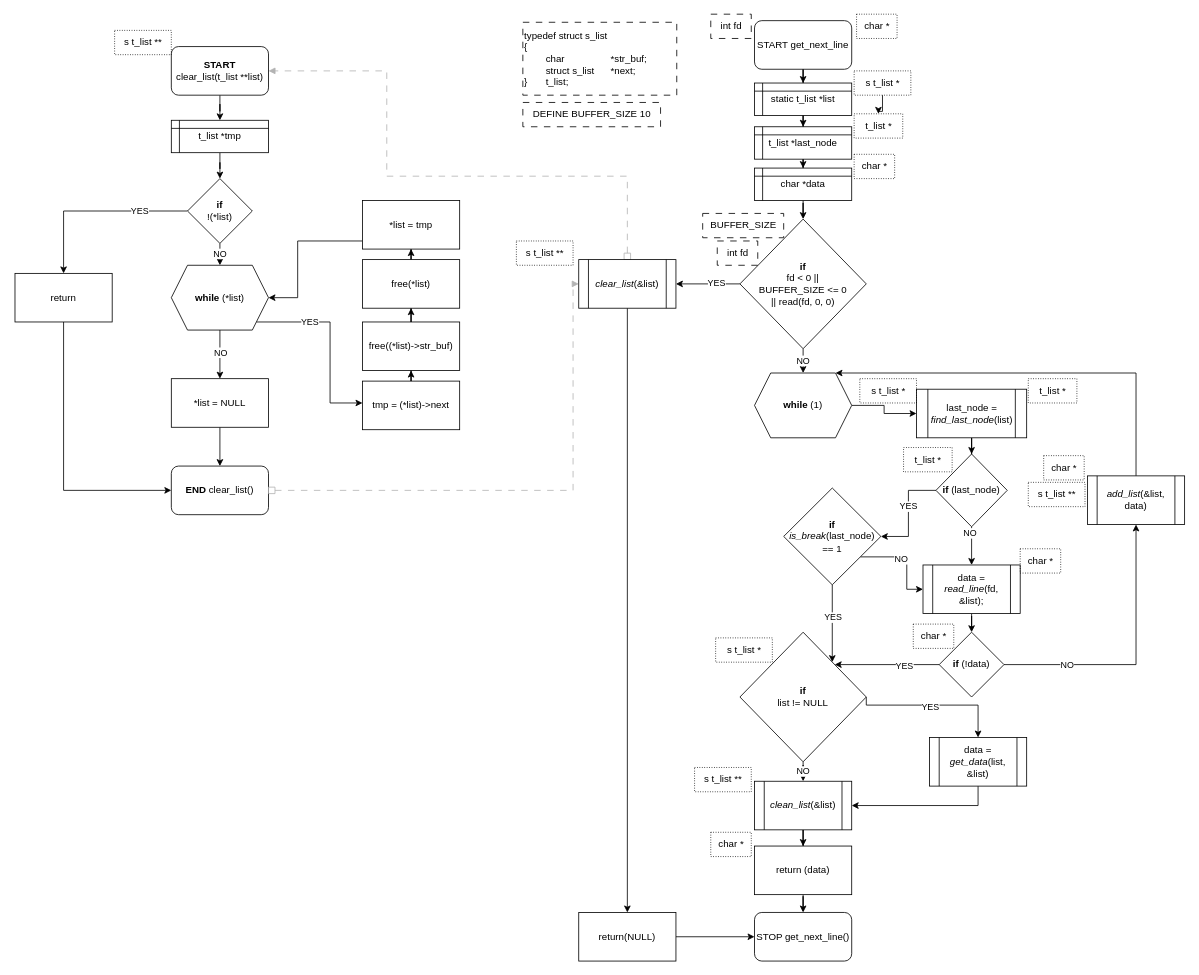
Above: get_next_line.drawio in YannickRd/6x7 (draw.io), before the change. Source tidied: cells renumbered, new cells numbered last; positions are measured from the earlier drawing's top-left corner, leaving out a move shared by most shapes. Both pictures are drawn from the tidied source at 81%, with x=0, y=0 at pixel (15, 14).
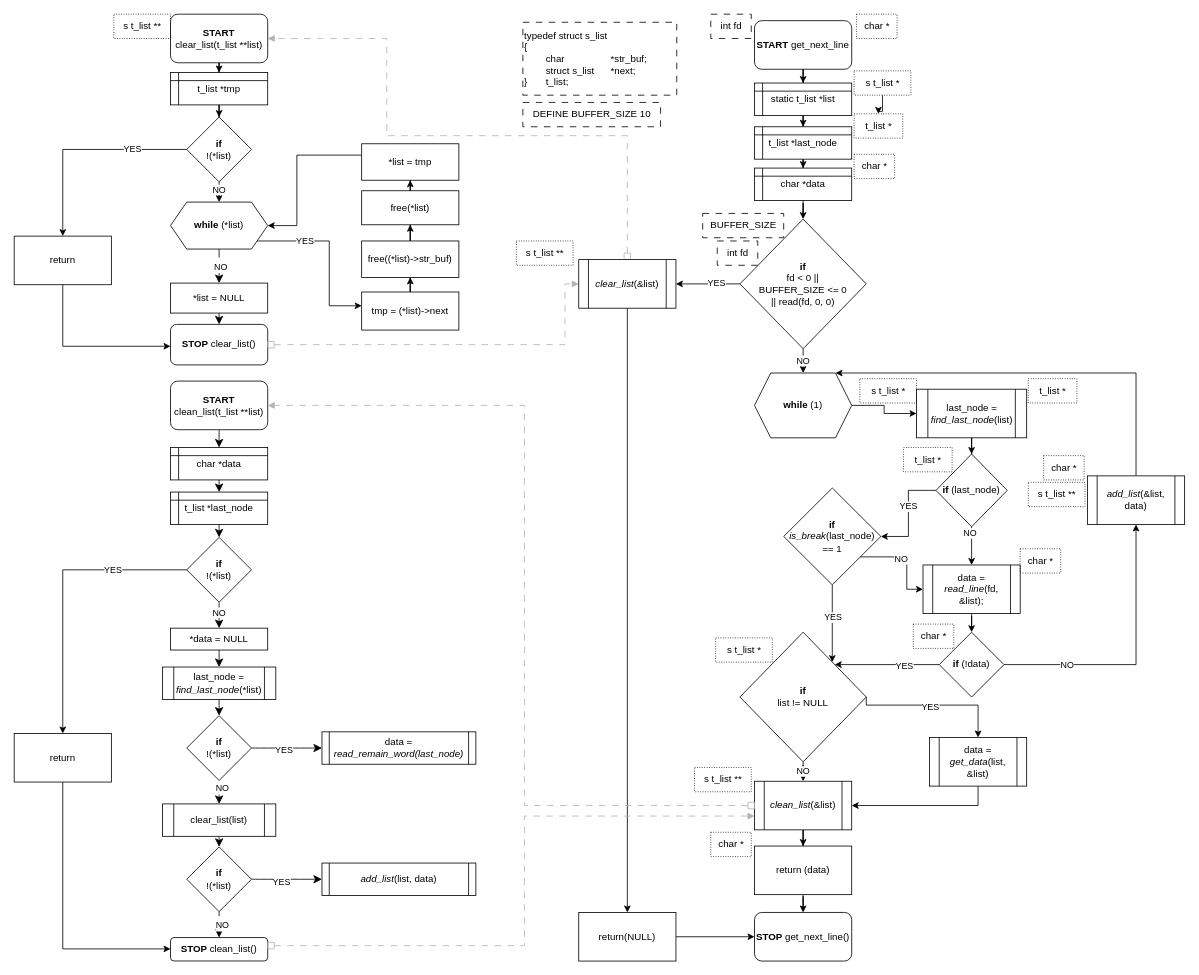
The same page after the edit.

The change refers to these unchanged cells:
```xml
<mxCell id="18" value="&lt;i&gt;clear_list&lt;/i&gt;(&amp;amp;list)" style="shape=process;whiteSpace=wrap;html=1;backgroundOutline=1;" parent="1" vertex="1">
  <mxGeometry x="696" y="303" width="120" height="60" as="geometry" />
</mxCell>
<mxCell id="29" value="&lt;i&gt;clean_list&lt;/i&gt;(&amp;amp;list)" style="shape=process;whiteSpace=wrap;html=1;backgroundOutline=1;" parent="1" vertex="1">
  <mxGeometry x="913" y="947" width="120" height="60" as="geometry" />
</mxCell>
```

Diff of the diagram source:
```diff
@@
-    <mxCell id="3" value="START get_next_line" style="rounded=1;whiteSpace=wrap;html=1;" parent="1" vertex="1">
+    <mxCell id="3" value="&lt;b&gt;START&lt;/b&gt; get_next_line" style="rounded=1;whiteSpace=wrap;html=1;" parent="1" vertex="1">
       <mxGeometry x="913" y="8" width="120" height="60" as="geometry" />
     </mxCell>
@@
     <mxCell id="17" style="edgeStyle=orthogonalEdgeStyle;rounded=0;jettySize=auto;html=1;dashed=1;dashPattern=8 8;strokeColor=#B3B3B3;endArrow=block;endFill=1;startArrow=box;startFill=0;" parent="1" edge="1" source="18" target="75">
       <mxGeometry relative="1" as="geometry">
         <Array as="points">
-          <mxPoint x="756" y="200" />
-          <mxPoint x="459" y="200" />
-          <mxPoint x="459" y="70" />
+          <mxPoint x="756" y="150" />
+          <mxPoint x="459" y="150" />
+          <mxPoint x="459" y="30" />
         </Array>
       </mxGeometry>
     </mxCell>
@@
-    <mxCell id="21" value="STOP get_next_line()" style="rounded=1;whiteSpace=wrap;html=1;" parent="1" vertex="1">
+    <mxCell id="21" value="&lt;b&gt;STOP&lt;/b&gt; get_next_line()" style="rounded=1;whiteSpace=wrap;html=1;" parent="1" vertex="1">
       <mxGeometry x="913" y="1109" width="120" height="60" as="geometry" />
     </mxCell>
@@
     <mxCell id="75" value="&lt;b&gt;START&lt;/b&gt; clear_list(t_list **list)" style="rounded=1;whiteSpace=wrap;html=1;" parent="1" vertex="1">
-      <mxGeometry x="193" y="40" width="120" height="60" as="geometry" />
+      <mxGeometry x="192" width="120" height="60" as="geometry" />
     </mxCell>
     <mxCell id="76" value="s t_list **" style="text;html=1;align=center;verticalAlign=middle;strokeColor=default;fillColor=none;dashed=1;dashPattern=1 2;" parent="1" vertex="1">
-      <mxGeometry x="123" y="20" width="70" height="30" as="geometry" />
+      <mxGeometry x="122" width="70" height="30" as="geometry" />
     </mxCell>
@@
     <mxCell id="78" value="t_list *tmp" style="shape=internalStorage;whiteSpace=wrap;html=1;backgroundOutline=1;dx=10;dy=10;" parent="1" vertex="1">
-      <mxGeometry x="193" y="131" width="120" height="40" as="geometry" />
+      <mxGeometry x="192" y="72" width="120" height="40" as="geometry" />
     </mxCell>
@@
     <mxCell id="83" value="&lt;b&gt;if&lt;/b&gt;&lt;br&gt;!(*list)" style="rhombus;whiteSpace=wrap;html=1;" parent="1" vertex="1">
-      <mxGeometry x="213" y="203" width="80" height="80" as="geometry" />
+      <mxGeometry x="212" y="127" width="80" height="80" as="geometry" />
     </mxCell>
-    <mxCell id="84" value="&lt;b&gt;END&lt;/b&gt;&amp;nbsp;clear_list()" style="rounded=1;whiteSpace=wrap;html=1;" parent="1" vertex="1">
-      <mxGeometry x="193" y="557.9" width="120" height="60" as="geometry" />
+    <mxCell id="84" value="&lt;b&gt;STOP&lt;/b&gt;&amp;nbsp;clear_list()" style="rounded=1;whiteSpace=wrap;html=1;" parent="1" vertex="1">
+      <mxGeometry x="192" y="383" width="120" height="50" as="geometry" />
     </mxCell>
-    <mxCell id="85" style="edgeStyle=orthogonalEdgeStyle;rounded=0;jettySize=auto;html=1;entryX=0;entryY=0.5;entryDx=0;entryDy=0;" parent="1" edge="1" target="84">
+    <mxCell id="85" style="edgeStyle=orthogonalEdgeStyle;rounded=0;jettySize=auto;html=1;" parent="1" edge="1" target="84">
       <mxGeometry relative="1" as="geometry">
-        <mxPoint x="60" y="380" as="sourcePoint" />
+        <mxPoint x="59" y="306" as="sourcePoint" />
         <Array as="points">
-          <mxPoint x="60" y="588" />
+          <mxPoint x="59" y="410" />
         </Array>
       </mxGeometry>
     </mxCell>
     <mxCell id="86" value="return" style="rounded=0;whiteSpace=wrap;html=1;" parent="1" vertex="1">
-      <mxGeometry y="320" width="120" height="60" as="geometry" />
+      <mxGeometry x="-1" y="274" width="120" height="60" as="geometry" />
     </mxCell>
-    <mxCell id="87" style="edgeStyle=orthogonalEdgeStyle;rounded=0;jettySize=auto;html=1;dashed=1;dashPattern=8 8;strokeColor=#B3B3B3;endArrow=block;endFill=1;startArrow=box;startFill=0;" parent="1" edge="1" source="84" target="18">
+    <mxCell id="87" style="edgeStyle=orthogonalEdgeStyle;rounded=0;jettySize=auto;html=1;dashed=1;dashPattern=8 8;strokeColor=#B3B3B3;endArrow=block;endFill=1;startArrow=box;startFill=0;entryX=0;entryY=0.5;entryDx=0;entryDy=0;" parent="1" edge="1" source="84" target="18">
       <mxGeometry relative="1" as="geometry">
         <Array as="points">
-          <mxPoint x="689" y="588" />
-          <mxPoint x="689" y="333" />
+          <mxPoint x="679" y="408" />
+          <mxPoint x="679" y="333" />
         </Array>
       </mxGeometry>
     </mxCell>
-    <mxCell id="88" style="edgeStyle=orthogonalEdgeStyle;rounded=0;jettySize=auto;html=1;" parent="1" edge="1" source="92" target="94">
-      <mxGeometry relative="1" as="geometry" />
-    </mxCell>
-    <mxCell id="89" value="NO" style="edgeLabel;html=1;align=center;verticalAlign=middle;" parent="88" vertex="1">
-      <mxGeometry x="-0.12" relative="1" as="geometry">
-        <mxPoint y="1" as="offset" />
-      </mxGeometry>
-    </mxCell>
     <mxCell id="90" style="edgeStyle=orthogonalEdgeStyle;rounded=0;jettySize=auto;html=1;" parent="1" edge="1" source="92" target="96">
       <mxGeometry relative="1" as="geometry">
         <Array as="points">
-          <mxPoint x="389" y="380" />
-          <mxPoint x="389" y="480" />
+          <mxPoint x="388" y="280" />
+          <mxPoint x="388" y="360" />
         </Array>
       </mxGeometry>
     </mxCell>
@@
+    <mxCell id="88" style="edgeStyle=none;curved=1;rounded=0;jettySize=auto;html=1;fontSize=12;startSize=8;endSize=8;" parent="1" edge="1" source="92" target="94">
+      <mxGeometry relative="1" as="geometry" />
+    </mxCell>
+    <mxCell id="103" value="&lt;font style=&quot;font-size: 11px;&quot;&gt;NO&lt;/font&gt;" style="edgeLabel;html=1;align=center;verticalAlign=middle;fontSize=16;" parent="88" vertex="1">
+      <mxGeometry x="-0.1" y="1" relative="1" as="geometry" />
+    </mxCell>
     <mxCell id="92" value="&lt;b&gt;while&lt;/b&gt;&amp;nbsp;(*list)" style="shape=hexagon;perimeter=hexagonPerimeter2;whiteSpace=wrap;html=1;fixedSize=1;" parent="1" vertex="1">
-      <mxGeometry x="193" y="310" width="120" height="80" as="geometry" />
+      <mxGeometry x="192" y="232" width="120" height="58" as="geometry" />
     </mxCell>
-    <mxCell id="93" style="edgeStyle=orthogonalEdgeStyle;rounded=0;jettySize=auto;html=1;" parent="1" edge="1" source="94" target="84">
+    <mxCell id="93" style="edgeStyle=none;curved=1;rounded=0;jettySize=auto;html=1;fontSize=12;startSize=8;endSize=8;" parent="1" edge="1" source="94" target="84">
       <mxGeometry relative="1" as="geometry" />
     </mxCell>
     <mxCell id="94" value="*list = NULL" style="rounded=0;whiteSpace=wrap;html=1;" parent="1" vertex="1">
-      <mxGeometry x="193" y="450" width="120" height="60" as="geometry" />
+      <mxGeometry x="192" y="332" width="120" height="37" as="geometry" />
     </mxCell>
@@
     <mxCell id="96" value="tmp = (*list)-&amp;gt;next" style="whiteSpace=wrap;html=1;" parent="1" vertex="1">
-      <mxGeometry x="429" y="453" width="120" height="60" as="geometry" />
+      <mxGeometry x="428" y="343" width="120" height="47" as="geometry" />
     </mxCell>
@@
     <mxCell id="98" value="free((*list)-&amp;gt;str_buf)" style="whiteSpace=wrap;html=1;" parent="1" vertex="1">
-      <mxGeometry x="429" y="380" width="120" height="60" as="geometry" />
+      <mxGeometry x="428" y="280" width="120" height="45" as="geometry" />
     </mxCell>
@@
     <mxCell id="100" value="free(*list)" style="whiteSpace=wrap;html=1;" parent="1" vertex="1">
-      <mxGeometry x="429" y="303" width="120" height="60" as="geometry" />
+      <mxGeometry x="428" y="218" width="120" height="42" as="geometry" />
     </mxCell>
     <mxCell id="101" style="edgeStyle=orthogonalEdgeStyle;rounded=0;jettySize=auto;html=1;" parent="1" edge="1" source="102" target="92">
       <mxGeometry relative="1" as="geometry">
         <Array as="points">
-          <mxPoint x="349" y="280" />
+          <mxPoint x="348" y="174" />
+          <mxPoint x="348" y="261" />
         </Array>
       </mxGeometry>
     </mxCell>
     <mxCell id="102" value="*list = tmp" style="whiteSpace=wrap;html=1;" parent="1" vertex="1">
-      <mxGeometry x="429" y="230" width="120" height="60" as="geometry" />
+      <mxGeometry x="428" y="160" width="120" height="45" as="geometry" />
     </mxCell>
+    <mxCell id="104" style="edgeStyle=none;curved=1;rounded=0;jettySize=auto;html=1;fontSize=12;startSize=8;endSize=8;" parent="1" edge="1" source="105" target="109">
+      <mxGeometry relative="1" as="geometry" />
+    </mxCell>
+    <mxCell id="105" value="&lt;b&gt;START&lt;/b&gt; clean_list(t_list **list)" style="rounded=1;whiteSpace=wrap;html=1;" parent="1" vertex="1">
+      <mxGeometry x="192" y="453" width="120" height="60" as="geometry" />
+    </mxCell>
+    <mxCell id="106" style="edgeStyle=none;curved=1;rounded=0;jettySize=auto;html=1;fontSize=12;startSize=8;endSize=8;" parent="1" edge="1" source="107" target="114">
+      <mxGeometry relative="1" as="geometry" />
+    </mxCell>
+    <mxCell id="107" value="t_list *last_node" style="shape=internalStorage;whiteSpace=wrap;html=1;backgroundOutline=1;dx=10;dy=10;" parent="1" vertex="1">
+      <mxGeometry x="192" y="590" width="120" height="40" as="geometry" />
+    </mxCell>
+    <mxCell id="108" style="edgeStyle=none;curved=1;rounded=0;jettySize=auto;html=1;fontSize=12;startSize=8;endSize=8;" parent="1" edge="1" source="109" target="107">
+      <mxGeometry relative="1" as="geometry" />
+    </mxCell>
+    <mxCell id="109" value="char *data" style="shape=internalStorage;whiteSpace=wrap;html=1;backgroundOutline=1;dx=10;dy=10;" parent="1" vertex="1">
+      <mxGeometry x="192" y="535" width="120" height="40" as="geometry" />
+    </mxCell>
+    <mxCell id="110" style="edgeStyle=orthogonalEdgeStyle;rounded=0;jettySize=auto;html=1;" parent="1" edge="1" source="114" target="117">
+      <mxGeometry relative="1" as="geometry" />
+    </mxCell>
+    <mxCell id="111" value="YES" style="edgeLabel;html=1;align=center;verticalAlign=middle;" parent="110" vertex="1">
+      <mxGeometry x="-0.48" y="-1" relative="1" as="geometry" />
+    </mxCell>
+    <mxCell id="112" style="edgeStyle=none;curved=1;rounded=0;jettySize=auto;html=1;fontSize=12;startSize=8;endSize=8;" parent="1" edge="1" source="114" target="119">
+      <mxGeometry relative="1" as="geometry" />
+    </mxCell>
+    <mxCell id="113" value="NO" style="edgeLabel;html=1;align=center;verticalAlign=middle;fontSize=11;" parent="112" vertex="1">
+      <mxGeometry x="-0.24" y="-1" relative="1" as="geometry" />
+    </mxCell>
+    <mxCell id="114" value="&lt;b&gt;if&lt;/b&gt;&lt;br&gt;!(*list)" style="rhombus;whiteSpace=wrap;html=1;" parent="1" vertex="1">
+      <mxGeometry x="212" y="646" width="80" height="80" as="geometry" />
+    </mxCell>
+    <mxCell id="115" value="&lt;b&gt;STOP&lt;/b&gt;&amp;nbsp;clean_list()" style="rounded=1;whiteSpace=wrap;html=1;" parent="1" vertex="1">
+      <mxGeometry x="192" y="1140" width="120" height="28.9" as="geometry" />
+    </mxCell>
+    <mxCell id="116" style="edgeStyle=orthogonalEdgeStyle;rounded=0;jettySize=auto;html=1;exitX=0.5;exitY=1;exitDx=0;exitDy=0;" parent="1" edge="1" source="117" target="115">
+      <mxGeometry relative="1" as="geometry">
+        <Array as="points">
+          <mxPoint x="59" y="1154" />
+        </Array>
+      </mxGeometry>
+    </mxCell>
+    <mxCell id="117" value="return" style="rounded=0;whiteSpace=wrap;html=1;" parent="1" vertex="1">
+      <mxGeometry x="-1" y="888" width="120" height="60" as="geometry" />
+    </mxCell>
+    <mxCell id="118" style="edgeStyle=none;curved=1;rounded=0;jettySize=auto;html=1;fontSize=12;startSize=8;endSize=8;" parent="1" edge="1" source="119" target="121">
+      <mxGeometry relative="1" as="geometry" />
+    </mxCell>
+    <mxCell id="119" value="*data = NULL" style="rounded=0;whiteSpace=wrap;html=1;" parent="1" vertex="1">
+      <mxGeometry x="192" y="758" width="120" height="27" as="geometry" />
+    </mxCell>
+    <mxCell id="120" style="edgeStyle=none;curved=1;rounded=0;jettySize=auto;html=1;fontSize=12;startSize=8;endSize=8;" parent="1" edge="1" source="121" target="128">
+      <mxGeometry relative="1" as="geometry" />
+    </mxCell>
+    <mxCell id="121" value="last_node = &lt;i&gt;find_last_node&lt;/i&gt;(*list)" style="shape=process;whiteSpace=wrap;html=1;backgroundOutline=1;" parent="1" vertex="1">
+      <mxGeometry x="182" y="806" width="140" height="40" as="geometry" />
+    </mxCell>
+    <mxCell id="122" style="edgeStyle=none;curved=1;rounded=0;jettySize=auto;html=1;fontSize=12;startSize=8;endSize=8;" parent="1" edge="1" source="123" target="133">
+      <mxGeometry relative="1" as="geometry" />
+    </mxCell>
+    <mxCell id="123" value="clear_list(list)" style="shape=process;whiteSpace=wrap;html=1;backgroundOutline=1;" parent="1" vertex="1">
+      <mxGeometry x="182" y="975" width="140" height="40" as="geometry" />
+    </mxCell>
+    <mxCell id="124" style="edgeStyle=none;curved=1;rounded=0;jettySize=auto;html=1;fontSize=12;startSize=8;endSize=8;" parent="1" edge="1" source="128" target="123">
+      <mxGeometry relative="1" as="geometry" />
+    </mxCell>
+    <mxCell id="125" value="&lt;font style=&quot;font-size: 11px;&quot;&gt;NO&lt;/font&gt;" style="edgeLabel;html=1;align=center;verticalAlign=middle;fontSize=16;" parent="124" vertex="1">
+      <mxGeometry x="-0.52" y="3" relative="1" as="geometry" />
+    </mxCell>
+    <mxCell id="126" style="edgeStyle=none;curved=1;rounded=0;jettySize=auto;html=1;fontSize=12;startSize=8;endSize=8;" parent="1" edge="1" source="128" target="134">
+      <mxGeometry relative="1" as="geometry" />
+    </mxCell>
+    <mxCell id="127" value="&lt;font style=&quot;font-size: 11px;&quot;&gt;YES&lt;/font&gt;" style="edgeLabel;html=1;align=center;verticalAlign=middle;fontSize=16;" parent="126" vertex="1">
+      <mxGeometry x="-0.11" relative="1" as="geometry" />
+    </mxCell>
+    <mxCell id="128" value="&lt;b&gt;if&lt;/b&gt;&lt;br&gt;!(*list)" style="rhombus;whiteSpace=wrap;html=1;" parent="1" vertex="1">
+      <mxGeometry x="212" y="866" width="80" height="80" as="geometry" />
+    </mxCell>
+    <mxCell id="129" style="edgeStyle=none;curved=1;rounded=0;jettySize=auto;html=1;fontSize=12;startSize=8;endSize=8;" parent="1" edge="1" source="133" target="135">
+      <mxGeometry relative="1" as="geometry" />
+    </mxCell>
+    <mxCell id="130" value="&lt;font style=&quot;font-size: 11px;&quot;&gt;YES&lt;/font&gt;" style="edgeLabel;html=1;align=center;verticalAlign=middle;fontSize=16;" parent="129" vertex="1">
+      <mxGeometry x="-0.17" relative="1" as="geometry" />
+    </mxCell>
+    <mxCell id="131" style="edgeStyle=none;curved=1;rounded=0;jettySize=auto;html=1;fontSize=12;startSize=8;endSize=8;" parent="1" edge="1" source="133" target="115">
+      <mxGeometry relative="1" as="geometry" />
+    </mxCell>
+    <mxCell id="132" value="&lt;font style=&quot;font-size: 11px;&quot;&gt;NO&lt;/font&gt;" style="edgeLabel;html=1;align=center;verticalAlign=middle;fontSize=16;" parent="131" vertex="1">
+      <mxGeometry x="-0.12" y="3" relative="1" as="geometry" />
+    </mxCell>
+    <mxCell id="133" value="&lt;b&gt;if&lt;/b&gt;&lt;br&gt;!(*list)" style="rhombus;whiteSpace=wrap;html=1;" parent="1" vertex="1">
+      <mxGeometry x="212" y="1028" width="80" height="80" as="geometry" />
+    </mxCell>
+    <mxCell id="134" value="data = &lt;i&gt;read_remain_word(last_node)&lt;/i&gt;" style="shape=process;whiteSpace=wrap;html=1;backgroundOutline=1;size=0.047619047619047616;" parent="1" vertex="1">
+      <mxGeometry x="379" y="886" width="190" height="40" as="geometry" />
+    </mxCell>
+    <mxCell id="135" value="&lt;i&gt;add_list&lt;/i&gt;(list, data)" style="shape=process;whiteSpace=wrap;html=1;backgroundOutline=1;size=0.047619047619047616;" parent="1" vertex="1">
+      <mxGeometry x="379" y="1048" width="190" height="40" as="geometry" />
+    </mxCell>
+    <mxCell id="136" style="edgeStyle=orthogonalEdgeStyle;rounded=0;jettySize=auto;html=1;dashed=1;dashPattern=8 8;strokeColor=#B3B3B3;endArrow=block;endFill=1;startArrow=box;startFill=0;" parent="1" edge="1" source="115" target="29">
+      <mxGeometry relative="1" as="geometry">
+        <Array as="points">
+          <mxPoint x="629" y="1150" />
+          <mxPoint x="629" y="990" />
+        </Array>
+      </mxGeometry>
+    </mxCell>
+    <mxCell id="137" style="edgeStyle=orthogonalEdgeStyle;rounded=0;jettySize=auto;html=1;dashed=1;dashPattern=8 8;strokeColor=#B3B3B3;endArrow=block;endFill=1;startArrow=box;startFill=0;exitX=0;exitY=0.5;exitDx=0;exitDy=0;" parent="1" edge="1" source="29" target="105">
+      <mxGeometry relative="1" as="geometry">
+        <Array as="points">
+          <mxPoint x="629" y="977" />
+          <mxPoint x="629" y="483" />
+        </Array>
+      </mxGeometry>
+    </mxCell>
```
